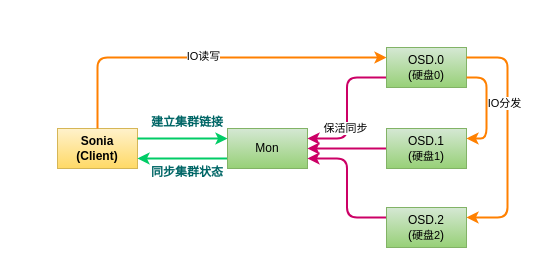
snowolfhawk/ceph-scripts keeps this draw.io diagram as architech_10.drawio. Above is the earlier version. Source tidied: cells renumbered, new cells numbered last; positions are measured from the earlier drawing's top-left corner, leaving out a move shared by most shapes. Both pictures are drawn from the tidied source at 100%, with x=0, y=0 at pixel (57, 47).
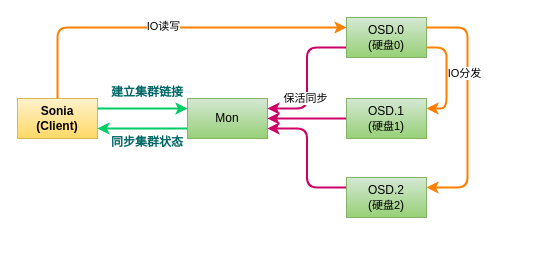
Above is the later version.

Diff of the diagram source:
```diff
@@
+    <mxCell id="20" style="group;" parent="1" vertex="1">
+      <mxGeometry x="-40" y="-30" width="450" height="200" as="geometry" />
+    </mxCell>
-    <mxCell id="2" value="&lt;b&gt;Sonia&lt;br&gt;(Client)&lt;/b&gt;" style="text;html=1;strokeColor=#d6b656;fillColor=#fff2cc;align=center;verticalAlign=middle;whiteSpace=wrap;overflow=hidden;gradientColor=#ffd966;" parent="1" vertex="1">
+    <mxCell id="2" value="&lt;b&gt;Sonia&lt;br&gt;(Client)&lt;/b&gt;" style="text;html=1;strokeColor=#d6b656;fillColor=#fff2cc;align=center;verticalAlign=middle;whiteSpace=wrap;overflow=hidden;gradientColor=#ffd966;" parent="20" vertex="1">
       <mxGeometry y="81" width="80" height="40" as="geometry" />
     </mxCell>
-    <mxCell id="3" style="edgeStyle=orthogonalEdgeStyle;rounded=1;jettySize=auto;html=1;exitX=0;exitY=0.75;exitDx=0;exitDy=0;entryX=1;entryY=0.75;entryDx=0;entryDy=0;strokeColor=#00CC66;strokeWidth=2;fontColor=#00CC66;" parent="1" edge="1" source="4" target="2">
+    <mxCell id="3" style="edgeStyle=orthogonalEdgeStyle;rounded=1;jettySize=auto;html=1;exitX=0;exitY=0.75;exitDx=0;exitDy=0;entryX=1;entryY=0.75;entryDx=0;entryDy=0;strokeColor=#00CC66;strokeWidth=2;fontColor=#00CC66;" parent="20" edge="1" source="4" target="2">
       <mxGeometry relative="1" as="geometry" />
     </mxCell>
-    <mxCell id="4" value="Mon" style="text;html=1;strokeColor=#82b366;fillColor=#d5e8d4;align=center;verticalAlign=middle;whiteSpace=wrap;overflow=hidden;gradientColor=#97d077;" parent="1" vertex="1">
+    <mxCell id="4" value="Mon" style="text;html=1;strokeColor=#82b366;fillColor=#d5e8d4;align=center;verticalAlign=middle;whiteSpace=wrap;overflow=hidden;gradientColor=#97d077;" parent="20" vertex="1">
       <mxGeometry x="170" y="81" width="80" height="40" as="geometry" />
     </mxCell>
-    <mxCell id="5" style="edgeStyle=orthogonalEdgeStyle;rounded=1;jettySize=auto;html=1;exitX=1;exitY=0.25;exitDx=0;exitDy=0;entryX=0;entryY=0.25;entryDx=0;entryDy=0;strokeColor=#00CC66;strokeWidth=2;fontColor=#00CC66;" parent="1" edge="1" source="2" target="4">
+    <mxCell id="5" style="edgeStyle=orthogonalEdgeStyle;rounded=1;jettySize=auto;html=1;exitX=1;exitY=0.25;exitDx=0;exitDy=0;entryX=0;entryY=0.25;entryDx=0;entryDy=0;strokeColor=#00CC66;strokeWidth=2;fontColor=#00CC66;" parent="20" edge="1" source="2" target="4">
       <mxGeometry relative="1" as="geometry" />
     </mxCell>
-    <mxCell id="6" style="edgeStyle=orthogonalEdgeStyle;rounded=1;sketch=0;jumpStyle=none;jettySize=auto;html=1;exitX=0;exitY=0.75;exitDx=0;exitDy=0;entryX=1;entryY=0.25;entryDx=0;entryDy=0;fontSize=11;strokeColor=#CC0066;strokeWidth=2;" parent="1" edge="1" source="8" target="4">
+    <mxCell id="6" style="edgeStyle=orthogonalEdgeStyle;rounded=1;sketch=0;jumpStyle=none;jettySize=auto;html=1;exitX=0;exitY=0.75;exitDx=0;exitDy=0;entryX=1;entryY=0.25;entryDx=0;entryDy=0;fontSize=11;strokeColor=#CC0066;strokeWidth=2;" parent="20" edge="1" source="8" target="4">
       <mxGeometry relative="1" as="geometry" />
     </mxCell>
@@
-    <mxCell id="8" value="OSD.0&lt;br&gt;(&lt;font style=&quot;font-size: 11px&quot;&gt;硬盘0&lt;/font&gt;)" style="text;html=1;strokeColor=#82b366;fillColor=#d5e8d4;align=center;verticalAlign=middle;whiteSpace=wrap;overflow=hidden;gradientColor=#97d077;" parent="1" vertex="1">
+    <mxCell id="8" value="OSD.0&lt;br&gt;(&lt;font style=&quot;font-size: 11px&quot;&gt;硬盘0&lt;/font&gt;)" style="text;html=1;strokeColor=#82b366;fillColor=#d5e8d4;align=center;verticalAlign=middle;whiteSpace=wrap;overflow=hidden;gradientColor=#97d077;" parent="20" vertex="1">
       <mxGeometry x="329" width="80" height="40" as="geometry" />
     </mxCell>
-    <mxCell id="9" style="edgeStyle=orthogonalEdgeStyle;rounded=1;jettySize=auto;html=1;exitX=0.5;exitY=0;exitDx=0;exitDy=0;entryX=0;entryY=0.25;entryDx=0;entryDy=0;strokeColor=#FF8000;sketch=0;strokeWidth=2;" parent="1" edge="1" source="2" target="8">
+    <mxCell id="9" style="edgeStyle=orthogonalEdgeStyle;rounded=1;jettySize=auto;html=1;exitX=0.5;exitY=0;exitDx=0;exitDy=0;entryX=0;entryY=0.25;entryDx=0;entryDy=0;strokeColor=#FF8000;sketch=0;strokeWidth=2;" parent="20" edge="1" source="2" target="8">
       <mxGeometry relative="1" as="geometry" />
     </mxCell>
@@
-    <mxCell id="11" style="edgeStyle=orthogonalEdgeStyle;rounded=1;sketch=0;jumpStyle=none;jettySize=auto;html=1;exitX=0;exitY=0.25;exitDx=0;exitDy=0;entryX=1;entryY=0.75;entryDx=0;entryDy=0;fontSize=11;strokeColor=#CC0066;strokeWidth=2;" parent="1" edge="1" source="12" target="4">
+    <mxCell id="11" style="edgeStyle=orthogonalEdgeStyle;rounded=1;sketch=0;jumpStyle=none;jettySize=auto;html=1;exitX=0;exitY=0.25;exitDx=0;exitDy=0;entryX=1;entryY=0.75;entryDx=0;entryDy=0;fontSize=11;strokeColor=#CC0066;strokeWidth=2;" parent="20" edge="1" source="12" target="4">
       <mxGeometry relative="1" as="geometry" />
     </mxCell>
-    <mxCell id="12" value="OSD.2&lt;br&gt;(&lt;font style=&quot;font-size: 11px&quot;&gt;硬盘2&lt;/font&gt;)" style="text;html=1;strokeColor=#82b366;fillColor=#d5e8d4;align=center;verticalAlign=middle;whiteSpace=wrap;overflow=hidden;gradientColor=#97d077;" parent="1" vertex="1">
+    <mxCell id="12" value="OSD.2&lt;br&gt;(&lt;font style=&quot;font-size: 11px&quot;&gt;硬盘2&lt;/font&gt;)" style="text;html=1;strokeColor=#82b366;fillColor=#d5e8d4;align=center;verticalAlign=middle;whiteSpace=wrap;overflow=hidden;gradientColor=#97d077;" parent="20" vertex="1">
       <mxGeometry x="329" y="160" width="80" height="40" as="geometry" />
     </mxCell>
-    <mxCell id="13" style="edgeStyle=orthogonalEdgeStyle;rounded=1;sketch=0;jettySize=auto;html=1;exitX=1;exitY=0.25;exitDx=0;exitDy=0;entryX=1;entryY=0.25;entryDx=0;entryDy=0;fontSize=11;strokeColor=#FF8000;strokeWidth=2;" parent="1" edge="1" source="8" target="12">
+    <mxCell id="13" style="edgeStyle=orthogonalEdgeStyle;rounded=1;sketch=0;jettySize=auto;html=1;exitX=1;exitY=0.25;exitDx=0;exitDy=0;entryX=1;entryY=0.25;entryDx=0;entryDy=0;fontSize=11;strokeColor=#FF8000;strokeWidth=2;" parent="20" edge="1" source="8" target="12">
       <mxGeometry relative="1" as="geometry">
         <Array as="points">
           <mxPoint x="450" y="10" />
           <mxPoint x="450" y="170" />
         </Array>
       </mxGeometry>
     </mxCell>
@@
-    <mxCell id="15" style="edgeStyle=orthogonalEdgeStyle;rounded=1;sketch=0;jumpStyle=none;jettySize=auto;html=1;exitX=0;exitY=0.5;exitDx=0;exitDy=0;entryX=1;entryY=0.5;entryDx=0;entryDy=0;fontSize=11;strokeColor=#CC0066;strokeWidth=2;" parent="1" edge="1" source="16" target="4">
+    <mxCell id="15" style="edgeStyle=orthogonalEdgeStyle;rounded=1;sketch=0;jumpStyle=none;jettySize=auto;html=1;exitX=0;exitY=0.5;exitDx=0;exitDy=0;entryX=1;entryY=0.5;entryDx=0;entryDy=0;fontSize=11;strokeColor=#CC0066;strokeWidth=2;" parent="20" edge="1" source="16" target="4">
       <mxGeometry relative="1" as="geometry" />
     </mxCell>
-    <mxCell id="16" value="OSD.1&lt;br&gt;(&lt;font style=&quot;font-size: 11px&quot;&gt;硬盘1&lt;/font&gt;)" style="text;html=1;strokeColor=#82b366;fillColor=#d5e8d4;align=center;verticalAlign=middle;whiteSpace=wrap;overflow=hidden;gradientColor=#97d077;" parent="1" vertex="1">
+    <mxCell id="16" value="OSD.1&lt;br&gt;(&lt;font style=&quot;font-size: 11px&quot;&gt;硬盘1&lt;/font&gt;)" style="text;html=1;strokeColor=#82b366;fillColor=#d5e8d4;align=center;verticalAlign=middle;whiteSpace=wrap;overflow=hidden;gradientColor=#97d077;" parent="20" vertex="1">
       <mxGeometry x="329" y="81" width="80" height="40" as="geometry" />
     </mxCell>
-    <mxCell id="17" style="edgeStyle=orthogonalEdgeStyle;rounded=1;sketch=0;jettySize=auto;html=1;exitX=1;exitY=0.75;exitDx=0;exitDy=0;entryX=1;entryY=0.25;entryDx=0;entryDy=0;fontSize=11;strokeColor=#FF8000;strokeWidth=2;" parent="1" edge="1" source="8" target="16">
+    <mxCell id="17" style="edgeStyle=orthogonalEdgeStyle;rounded=1;sketch=0;jettySize=auto;html=1;exitX=1;exitY=0.75;exitDx=0;exitDy=0;entryX=1;entryY=0.25;entryDx=0;entryDy=0;fontSize=11;strokeColor=#FF8000;strokeWidth=2;" parent="20" edge="1" source="8" target="16">
       <mxGeometry relative="1" as="geometry" />
     </mxCell>
-    <mxCell id="18" value="&lt;b&gt;&lt;font color=&quot;#006666&quot;&gt;建立集群链接&lt;/font&gt;&lt;/b&gt;" style="text;html=1;strokeColor=none;fillColor=none;align=center;verticalAlign=middle;whiteSpace=wrap;rounded=0;" parent="1" vertex="1">
+    <mxCell id="18" value="&lt;b&gt;&lt;font color=&quot;#006666&quot;&gt;建立集群链接&lt;/font&gt;&lt;/b&gt;" style="text;html=1;strokeColor=none;fillColor=none;align=center;verticalAlign=middle;whiteSpace=wrap;rounded=0;" parent="20" vertex="1">
       <mxGeometry x="90" y="60" width="80" height="30" as="geometry" />
     </mxCell>
-    <mxCell id="19" value="&lt;b&gt;&lt;font color=&quot;#006666&quot;&gt;同步集群状态&lt;/font&gt;&lt;/b&gt;" style="text;html=1;strokeColor=none;fillColor=none;align=center;verticalAlign=middle;whiteSpace=wrap;rounded=0;" parent="1" vertex="1">
+    <mxCell id="19" value="&lt;b&gt;&lt;font color=&quot;#006666&quot;&gt;同步集群状态&lt;/font&gt;&lt;/b&gt;" style="text;html=1;strokeColor=none;fillColor=none;align=center;verticalAlign=middle;whiteSpace=wrap;rounded=0;" parent="20" vertex="1">
       <mxGeometry x="90" y="110" width="80" height="30" as="geometry" />
     </mxCell>
```
